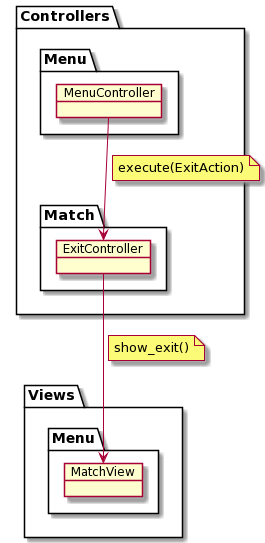
Before: rup/analysis/use_cases/exit.png, a diagram exported from PlantUML (USantaTecla-game-backgammon/backgammon). Its diagram source:
```plantuml
@startuml
package Views {
    package Menu as ViewsMenu {
        object MatchView
    }
}

package Controllers {
    package "Match" as MatchController {
        object ExitController
    }

    package Menu {
        object MenuController
    }

    MenuController --> ExitController
    note on link
        execute(ExitAction)
    end note

}

ExitController --> MatchView
note on link
    show_exit()
end note
@enduml
```
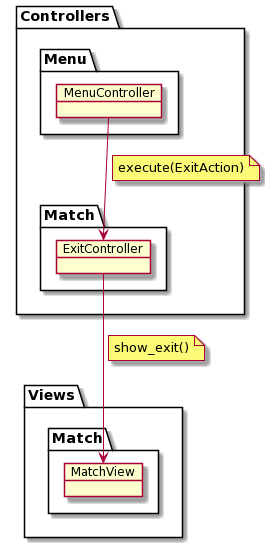
Later version of the same file.

Diff of the diagram source:
```diff
@@ -1,6 +1,6 @@
 @startuml
 package Views {
-    package Menu as ViewsMenu {
+    package Match as MatchView {
         object MatchView
     }
 }
```
